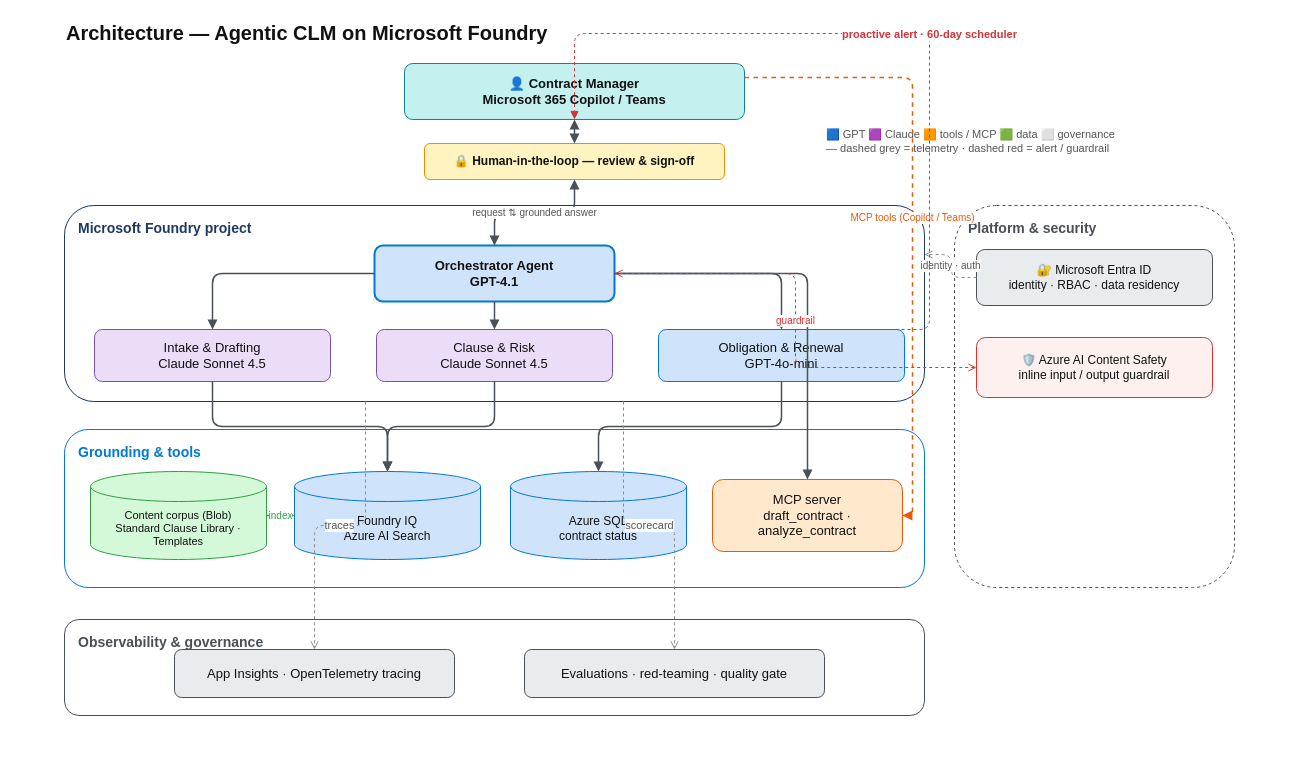
glejdis/microhack-aiagents keeps this draw.io diagram as docs/diagrams/architecture.drawio. Above is the earlier version. Source tidied: cells renumbered, new cells numbered last; positions are measured from the earlier drawing's top-left corner, leaving out a move shared by most shapes. Both pictures are drawn from the tidied source at 100%, with x=0, y=0 at pixel (64, 17).
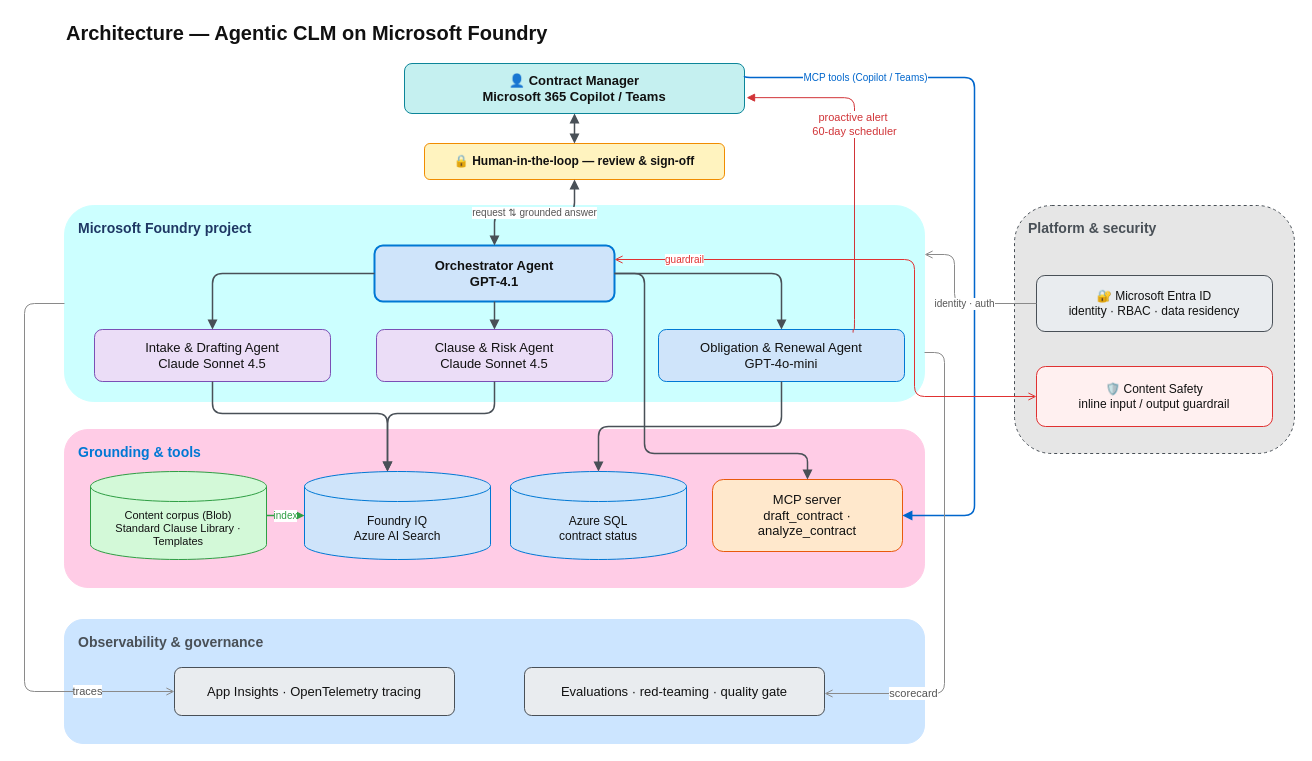
The same page after the edit.

The change refers to these unchanged cells:
```xml
<mxCell id="9" value="Orchestrator Agent&lt;br&gt;GPT-4.1" style="rounded=1;whiteSpace=wrap;html=1;fillColor=#CFE4FA;strokeColor=#0078D4;fontColor=#111111;fontSize=13;strokeWidth=2;fontStyle=1;" parent="1" vertex="1">
  <mxGeometry x="310" y="228" width="240" height="56" as="geometry" />
</mxCell>
<mxCell id="16" value="MCP server&lt;br&gt;draft_contract · analyze_contract" style="rounded=1;whiteSpace=wrap;html=1;fillColor=#FFE8CC;strokeColor=#E8590C;fontColor=#111111;fontSize=13;strokeWidth=1;" parent="1" vertex="1">
  <mxGeometry x="648" y="462" width="190" height="72" as="geometry" />
</mxCell>
```

Change to the diagram source:
```diff
@@
-    <mxCell id="3" value="Microsoft Foundry project" style="rounded=1;whiteSpace=wrap;html=1;fillColor=none;strokeColor=#1F3864;verticalAlign=top;align=left;spacingLeft=12;spacingTop=8;fontStyle=1;fontSize=14;fontColor=#1F3864;dashed=0;" parent="1" vertex="1">
+    <mxCell id="3" value="Microsoft Foundry project" style="rounded=1;whiteSpace=wrap;html=1;fillColor=#CCFFFF;strokeColor=#CCFFFF;verticalAlign=top;align=left;spacingLeft=12;spacingTop=8;fontStyle=1;fontSize=14;fontColor=#1F3864;dashed=0;" parent="1" vertex="1">
       <mxGeometry y="188" width="860" height="196" as="geometry" />
     </mxCell>
-    <mxCell id="4" value="Grounding &amp;amp; tools" style="rounded=1;whiteSpace=wrap;html=1;fillColor=none;strokeColor=#0078D4;verticalAlign=top;align=left;spacingLeft=12;spacingTop=8;fontStyle=1;fontSize=14;fontColor=#0078D4;dashed=0;" parent="1" vertex="1">
+    <mxCell id="4" value="Grounding &amp;amp; tools" style="rounded=1;whiteSpace=wrap;html=1;fillColor=#FFCCE6;strokeColor=#FFCCE6;verticalAlign=top;align=left;spacingLeft=12;spacingTop=8;fontStyle=1;fontSize=14;fontColor=#0078D4;dashed=0;" parent="1" vertex="1">
       <mxGeometry y="412" width="860" height="158" as="geometry" />
     </mxCell>
-    <mxCell id="5" value="Observability &amp;amp; governance" style="rounded=1;whiteSpace=wrap;html=1;fillColor=none;strokeColor=#495057;verticalAlign=top;align=left;spacingLeft=12;spacingTop=8;fontStyle=1;fontSize=14;fontColor=#495057;dashed=0;" parent="1" vertex="1">
-      <mxGeometry y="602" width="860" height="96" as="geometry" />
+    <mxCell id="5" value="Observability &amp;amp; governance" style="rounded=1;whiteSpace=wrap;html=1;fillColor=#CCE5FF;strokeColor=#CCE5FF;verticalAlign=top;align=left;spacingLeft=12;spacingTop=8;fontStyle=1;fontSize=14;fontColor=#495057;dashed=0;" parent="1" vertex="1">
+      <mxGeometry y="602" width="860" height="124" as="geometry" />
     </mxCell>
-    <mxCell id="6" value="Platform &amp;amp; security" style="rounded=1;whiteSpace=wrap;html=1;fillColor=none;strokeColor=#495057;verticalAlign=top;align=left;spacingLeft=12;spacingTop=8;fontStyle=1;fontSize=14;fontColor=#495057;dashed=1;" parent="1" vertex="1">
-      <mxGeometry x="890" y="188" width="280" height="382" as="geometry" />
+    <mxCell id="6" value="Platform &amp;amp; security" style="rounded=1;whiteSpace=wrap;html=1;fillColor=#E6E6E6;strokeColor=#495057;verticalAlign=top;align=left;spacingLeft=12;spacingTop=8;fontStyle=1;fontSize=14;fontColor=#495057;dashed=1;" parent="1" vertex="1">
+      <mxGeometry x="950" y="188" width="280" height="248" as="geometry" />
     </mxCell>
     <mxCell id="7" value="👤  Contract Manager&lt;br&gt;Microsoft 365 Copilot / Teams" style="rounded=1;whiteSpace=wrap;html=1;fillColor=#C5F0F0;strokeColor=#0C8599;fontColor=#111111;fontSize=13;strokeWidth=1;fontStyle=1;" parent="1" vertex="1">
-      <mxGeometry x="340" y="46" width="340" height="56" as="geometry" />
+      <mxGeometry x="340" y="46" width="340" height="50" as="geometry" />
     </mxCell>
@@
-    <mxCell id="10" value="Intake &amp;amp; Drafting&lt;br&gt;Claude Sonnet 4.5" style="rounded=1;whiteSpace=wrap;html=1;fillColor=#EBDDF7;strokeColor=#7A4FB5;fontColor=#111111;fontSize=13;strokeWidth=1;" parent="1" vertex="1">
+    <mxCell id="10" value="Intake &amp;amp; Drafting Agent&lt;br&gt;Claude Sonnet 4.5" style="rounded=1;whiteSpace=wrap;html=1;fillColor=#EBDDF7;strokeColor=#7A4FB5;fontColor=#111111;fontSize=13;strokeWidth=1;" parent="1" vertex="1">
       <mxGeometry x="30" y="312" width="236" height="52" as="geometry" />
     </mxCell>
-    <mxCell id="11" value="Clause &amp;amp; Risk&lt;br&gt;Claude Sonnet 4.5" style="rounded=1;whiteSpace=wrap;html=1;fillColor=#EBDDF7;strokeColor=#7A4FB5;fontColor=#111111;fontSize=13;strokeWidth=1;" parent="1" vertex="1">
+    <mxCell id="11" value="Clause &amp;amp; Risk Agent&lt;br&gt;Claude Sonnet 4.5" style="rounded=1;whiteSpace=wrap;html=1;fillColor=#EBDDF7;strokeColor=#7A4FB5;fontColor=#111111;fontSize=13;strokeWidth=1;" parent="1" vertex="1">
       <mxGeometry x="312" y="312" width="236" height="52" as="geometry" />
     </mxCell>
-    <mxCell id="12" value="Obligation &amp;amp; Renewal&lt;br&gt;GPT-4o-mini" style="rounded=1;whiteSpace=wrap;html=1;fillColor=#CFE4FA;strokeColor=#0078D4;fontColor=#111111;fontSize=13;strokeWidth=1;" parent="1" vertex="1">
+    <mxCell id="12" value="Obligation &amp;amp; Renewal Agent&lt;br&gt;GPT-4o-mini" style="rounded=1;whiteSpace=wrap;html=1;fillColor=#CFE4FA;strokeColor=#0078D4;fontColor=#111111;fontSize=13;strokeWidth=1;" parent="1" vertex="1">
       <mxGeometry x="594" y="312" width="246" height="52" as="geometry" />
     </mxCell>
@@
     <mxCell id="14" value="Foundry IQ&lt;br&gt;Azure AI Search" style="shape=cylinder3;whiteSpace=wrap;html=1;boundedLbl=1;backgroundOutline=1;fillColor=#CFE4FA;strokeColor=#0078D4;fontColor=#111111;fontSize=12;" parent="1" vertex="1">
-      <mxGeometry x="230" y="454" width="186" height="88" as="geometry" />
+      <mxGeometry x="240" y="454" width="186" height="88" as="geometry" />
     </mxCell>
@@
     <mxCell id="17" value="App Insights · OpenTelemetry tracing" style="rounded=1;whiteSpace=wrap;html=1;fillColor=#E9ECEF;strokeColor=#495057;fontColor=#111111;fontSize=13;strokeWidth=1;" parent="1" vertex="1">
-      <mxGeometry x="110" y="632" width="280" height="48" as="geometry" />
+      <mxGeometry x="110" y="650" width="280" height="48" as="geometry" />
     </mxCell>
     <mxCell id="18" value="Evaluations · red-teaming · quality gate" style="rounded=1;whiteSpace=wrap;html=1;fillColor=#E9ECEF;strokeColor=#495057;fontColor=#111111;fontSize=13;strokeWidth=1;" parent="1" vertex="1">
-      <mxGeometry x="460" y="632" width="300" height="48" as="geometry" />
+      <mxGeometry x="460" y="650" width="300" height="48" as="geometry" />
     </mxCell>
     <mxCell id="19" value="🔐 Microsoft Entra ID&lt;br&gt;identity · RBAC · data residency" style="rounded=1;whiteSpace=wrap;html=1;fillColor=#E9ECEF;strokeColor=#495057;fontColor=#111111;fontSize=12;strokeWidth=1;" parent="1" vertex="1">
-      <mxGeometry x="912" y="232" width="236" height="56" as="geometry" />
+      <mxGeometry x="972" y="258" width="236" height="56" as="geometry" />
     </mxCell>
-    <mxCell id="20" value="🛡️ Azure AI Content Safety&lt;br&gt;inline input / output guardrail" style="rounded=1;whiteSpace=wrap;html=1;fillColor=#FFF0F0;strokeColor=#E03131;fontColor=#111111;fontSize=12;strokeWidth=1;" parent="1" vertex="1">
-      <mxGeometry x="912" y="320" width="236" height="60" as="geometry" />
+    <mxCell id="20" value="🛡️ Content Safety&lt;br&gt;inline input / output guardrail" style="rounded=1;whiteSpace=wrap;html=1;fillColor=#FFF0F0;strokeColor=#E03131;fontColor=#111111;fontSize=12;strokeWidth=1;" parent="1" vertex="1">
+      <mxGeometry x="972" y="349" width="236" height="60" as="geometry" />
     </mxCell>
-    <mxCell id="21" value="🟦 GPT   🟪 Claude   🟧 tools / MCP   🟩 data   ⬜ governance&lt;br&gt;— dashed grey = telemetry   ·  dashed red = alert / guardrail" style="text;html=1;strokeColor=none;fillColor=none;align=left;verticalAlign=middle;fontStyle=0;fontSize=11;fontColor=#555555;" parent="1" vertex="1">
-      <mxGeometry x="760" y="104" width="410" height="40" as="geometry" />
-    </mxCell>
@@
     <mxCell id="28" style="edgeStyle=orthogonalEdgeStyle;rounded=1;html=1;strokeColor=#495057;endArrow=block;strokeWidth=1.5;" parent="1" edge="1" source="10" target="14">
-      <mxGeometry relative="1" as="geometry" />
+      <mxGeometry relative="1" as="geometry">
+        <Array as="points">
+          <mxPoint x="148" y="396" />
+          <mxPoint x="323" y="396" />
+        </Array>
+      </mxGeometry>
     </mxCell>
     <mxCell id="29" style="edgeStyle=orthogonalEdgeStyle;rounded=1;html=1;strokeColor=#495057;endArrow=block;strokeWidth=1.5;" parent="1" edge="1" source="11" target="14">
-      <mxGeometry relative="1" as="geometry" />
+      <mxGeometry relative="1" as="geometry">
+        <Array as="points">
+          <mxPoint x="430" y="396" />
+          <mxPoint x="323" y="396" />
+        </Array>
+      </mxGeometry>
     </mxCell>
@@
     <mxCell id="31" style="edgeStyle=orthogonalEdgeStyle;rounded=1;html=1;strokeColor=#495057;endArrow=block;strokeWidth=1.5;" parent="1" edge="1" source="9" target="16">
-      <mxGeometry relative="1" as="geometry" />
+      <mxGeometry relative="1" as="geometry">
+        <Array as="points">
+          <mxPoint x="580" y="256" />
+          <mxPoint x="580" y="436" />
+          <mxPoint x="743" y="436" />
+        </Array>
+      </mxGeometry>
     </mxCell>
-    <mxCell id="32" value="MCP tools (Copilot / Teams)" style="edgeStyle=orthogonalEdgeStyle;rounded=1;html=1;strokeColor=#E8590C;endArrow=block;dashed=1;strokeWidth=1.5;fontColor=#E8590C;fontSize=10;exitX=1;exitY=0.25;exitDx=0;exitDy=0;entryX=1;entryY=0.5;entryDx=0;entryDy=0;" parent="1" edge="1" source="7" target="16">
-      <mxGeometry relative="1" as="geometry" />
+    <mxCell id="32" value="&lt;font color=&quot;#0066cc&quot;&gt;MCP tools (Copilot / Teams)&lt;/font&gt;" style="edgeStyle=orthogonalEdgeStyle;rounded=1;html=1;strokeColor=#0066CC;endArrow=block;dashed=0;strokeWidth=1.5;fontColor=#E8590C;fontSize=10;exitX=1;exitY=0.25;exitDx=0;exitDy=0;entryX=1;entryY=0.5;entryDx=0;entryDy=0;" parent="1" edge="1" source="7" target="16">
+      <mxGeometry x="-0.67" relative="1" as="geometry">
+        <Array as="points">
+          <mxPoint x="910" y="60" />
+          <mxPoint x="910" y="498" />
+        </Array>
+      </mxGeometry>
     </mxCell>
-    <mxCell id="33" value="traces" style="edgeStyle=orthogonalEdgeStyle;rounded=1;html=1;strokeColor=#8a8a8a;endArrow=open;dashed=1;fontColor=#555555;fontSize=11;exitX=0.35;exitY=1;entryX=0.5;entryY=0;" parent="1" edge="1" source="3" target="17">
-      <mxGeometry relative="1" as="geometry" />
+    <mxCell id="33" value="traces" style="edgeStyle=orthogonalEdgeStyle;rounded=1;html=1;strokeColor=#8a8a8a;endArrow=open;dashed=0;fontColor=#555555;fontSize=11;exitX=0;exitY=0.5;entryX=0;entryY=0.5;entryDx=0;entryDy=0;exitDx=0;exitDy=0;" parent="1" edge="1" source="3" target="17">
+      <mxGeometry x="0.7" relative="1" as="geometry">
+        <Array as="points">
+          <mxPoint x="-40" y="286" />
+          <mxPoint x="-40" y="674" />
+        </Array>
+      </mxGeometry>
     </mxCell>
-    <mxCell id="34" value="scorecard" style="edgeStyle=orthogonalEdgeStyle;rounded=1;html=1;strokeColor=#8a8a8a;endArrow=open;dashed=1;fontColor=#555555;fontSize=11;exitX=0.65;exitY=1;entryX=0.5;entryY=0;" parent="1" edge="1" source="3" target="18">
-      <mxGeometry relative="1" as="geometry" />
+    <mxCell id="34" value="scorecard" style="edgeStyle=orthogonalEdgeStyle;rounded=1;html=1;strokeColor=#8a8a8a;endArrow=open;dashed=0;fontColor=#555555;fontSize=11;exitX=1;exitY=0.75;exitDx=0;exitDy=0;" parent="1" edge="1" source="3">
+      <mxGeometry x="0.63" relative="1" as="geometry">
+        <mxPoint x="760" y="676" as="targetPoint" />
+        <Array as="points">
+          <mxPoint x="880" y="335" />
+          <mxPoint x="880" y="676" />
+        </Array>
+      </mxGeometry>
     </mxCell>
-    <mxCell id="35" value="identity · auth" style="edgeStyle=orthogonalEdgeStyle;rounded=1;html=1;strokeColor=#8a8a8a;endArrow=open;dashed=1;fontColor=#555555;fontSize=10;exitX=0;exitY=0.5;entryX=1;entryY=0.25;" parent="1" edge="1" source="19" target="3">
-      <mxGeometry relative="1" as="geometry" />
+    <mxCell id="35" value="identity · auth" style="edgeStyle=orthogonalEdgeStyle;rounded=1;html=1;strokeColor=#8a8a8a;endArrow=open;dashed=0;fontColor=#555555;fontSize=10;exitX=0;exitY=0.5;entryX=1;entryY=0.25;" parent="1" edge="1" source="19" target="3">
+      <mxGeometry x="-0.11" relative="1" as="geometry">
+        <Array as="points">
+          <mxPoint x="890" y="286" />
+          <mxPoint x="890" y="237" />
+        </Array>
+      </mxGeometry>
     </mxCell>
-    <mxCell id="36" value="guardrail" style="edgeStyle=orthogonalEdgeStyle;rounded=1;html=1;strokeColor=#E03131;endArrow=open;startArrow=open;dashed=1;fontColor=#E03131;fontSize=10;exitX=0;exitY=0.5;entryX=1;entryY=0.5;" parent="1" edge="1" source="20" target="9">
-      <mxGeometry relative="1" as="geometry" />
+    <mxCell id="36" value="guardrail" style="edgeStyle=orthogonalEdgeStyle;rounded=1;html=1;strokeColor=#E03131;endArrow=open;startArrow=open;dashed=0;fontColor=#E03131;fontSize=10;exitX=0;exitY=0.5;entryX=1;entryY=0.25;entryDx=0;entryDy=0;" parent="1" edge="1" source="20" target="9">
+      <mxGeometry x="0.75" relative="1" as="geometry">
+        <Array as="points">
+          <mxPoint x="850" y="379" />
+          <mxPoint x="850" y="242" />
+        </Array>
+      </mxGeometry>
     </mxCell>
-    <mxCell id="37" value="proactive alert · 60-day scheduler" style="edgeStyle=orthogonalEdgeStyle;rounded=1;html=1;strokeColor=#D13438;endArrow=block;dashed=1;fontColor=#D13438;fontSize=11;fontStyle=1;exitX=0.5;exitY=0;entryX=0.5;entryY=1;" parent="1" edge="1" source="12" target="7">
-      <mxGeometry relative="1" as="geometry">
+    <mxCell id="37" value="&lt;span style=&quot;font-weight: normal;&quot;&gt;proactive alert&amp;nbsp;&lt;/span&gt;&lt;div&gt;&lt;span style=&quot;font-weight: normal;&quot;&gt;60-day scheduler&lt;/span&gt;&lt;/div&gt;" style="edgeStyle=orthogonalEdgeStyle;rounded=1;html=1;strokeColor=#D13438;endArrow=block;dashed=0;fontColor=#D13438;fontSize=11;fontStyle=1;exitX=0.791;exitY=0.06;entryX=1.006;entryY=0.683;entryDx=0;entryDy=0;entryPerimeter=0;exitDx=0;exitDy=0;exitPerimeter=0;" parent="1" edge="1" source="12" target="7">
+      <mxGeometry x="0.22" relative="1" as="geometry">
         <Array as="points">
-          <mxPoint x="865" y="312" />
-          <mxPoint x="865" y="16" />
-          <mxPoint x="510" y="16" />
+          <mxPoint x="789" y="312" />
+          <mxPoint x="790" y="312" />
+          <mxPoint x="790" y="80" />
         </Array>
       </mxGeometry>
     </mxCell>
```
